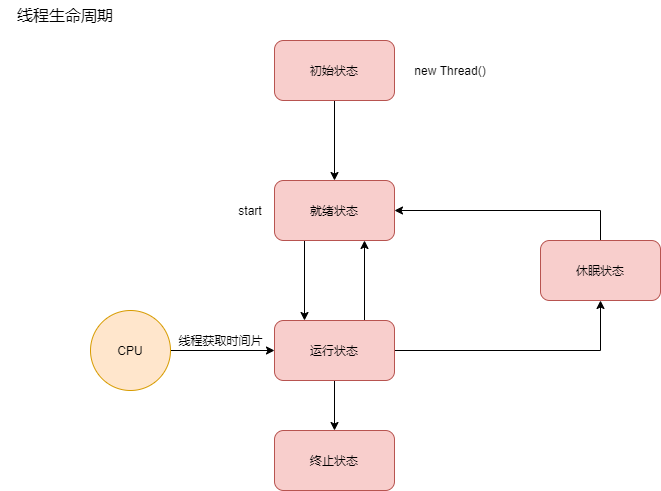
Earlier version of the draw.io export 多线程与高并发/thread.png (LePeitiPrince/note-picture). Source tidied: cells renumbered, new cells last; positions are measured from the earlier drawing's top-left corner, leaving out a move shared by most shapes.
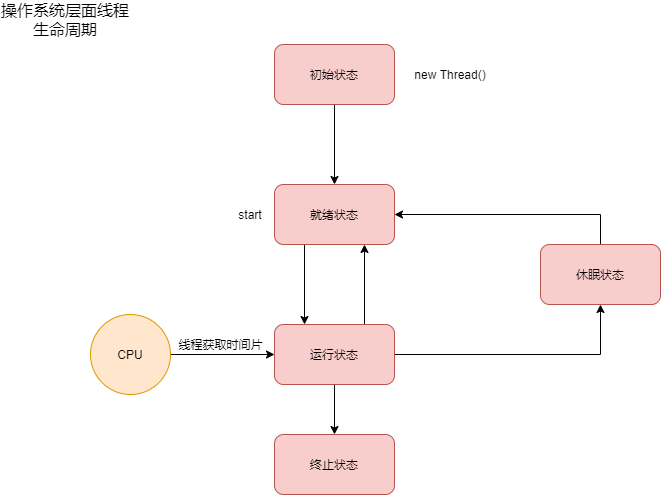
The same diagram one commit later.

Change to the diagram source:
```diff
@@ -2,7 +2,7 @@
   <root>
     <mxCell id="0" />
     <mxCell id="1" parent="0" />
-    <mxCell id="2" value="&lt;font style=&quot;font-size: 16px&quot;&gt;线程生命周期&lt;/font&gt;" style="text;html=1;strokeColor=none;fillColor=none;align=center;verticalAlign=middle;whiteSpace=wrap;rounded=0;" parent="1" vertex="1">
+    <mxCell id="2" value="&lt;font style=&quot;font-size: 16px&quot;&gt;操作系统层面线程生命周期&lt;/font&gt;" style="text;html=1;strokeColor=none;fillColor=none;align=center;verticalAlign=middle;whiteSpace=wrap;rounded=0;" parent="1" vertex="1">
       <mxGeometry width="130" height="30" as="geometry" />
     </mxCell>
     <mxCell id="3" style="edgeStyle=orthogonalEdgeStyle;rounded=0;jettySize=auto;html=1;exitX=0.5;exitY=1;exitDx=0;exitDy=0;" parent="1" edge="1" source="4">
```
